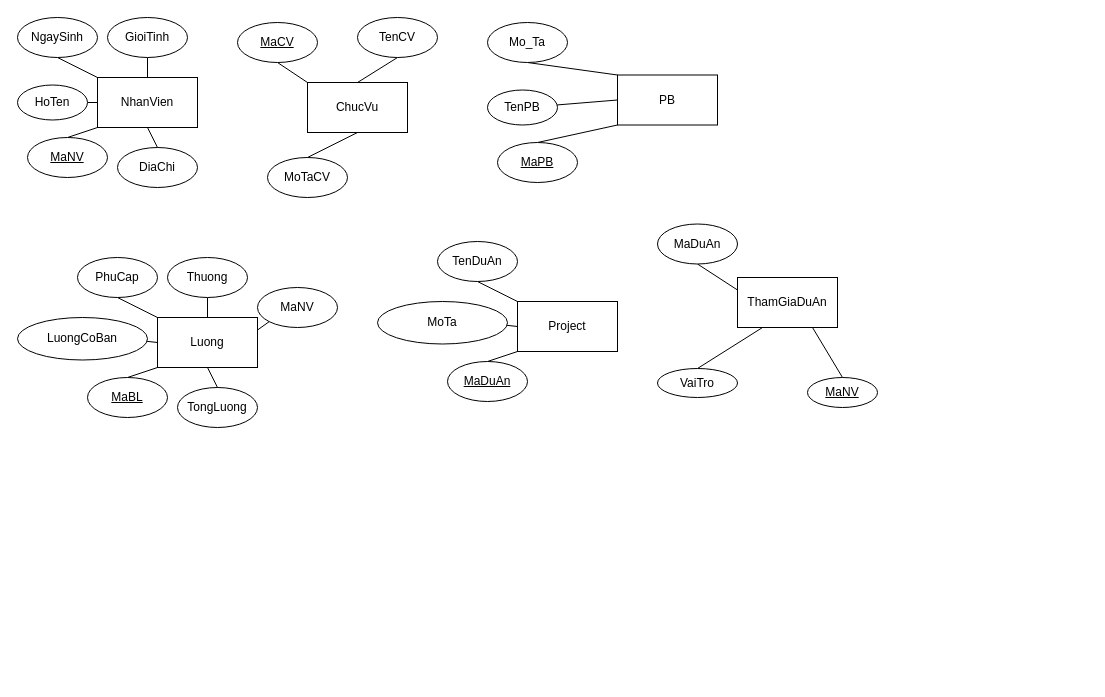
Before: page "Trang-1" (1 of 3) of BÀI TẬP THIẾT KẾ SƠ ĐỒ ER.drawio in hine16/hine16.github.io, a draw.io diagram. Source tidied: cells renumbered, new cells numbered last; positions are measured from the earlier drawing's top-left corner, leaving out a move shared by most shapes. Both pictures are drawn from the tidied source at 100%, with x=0, y=0 at pixel (17, 17).
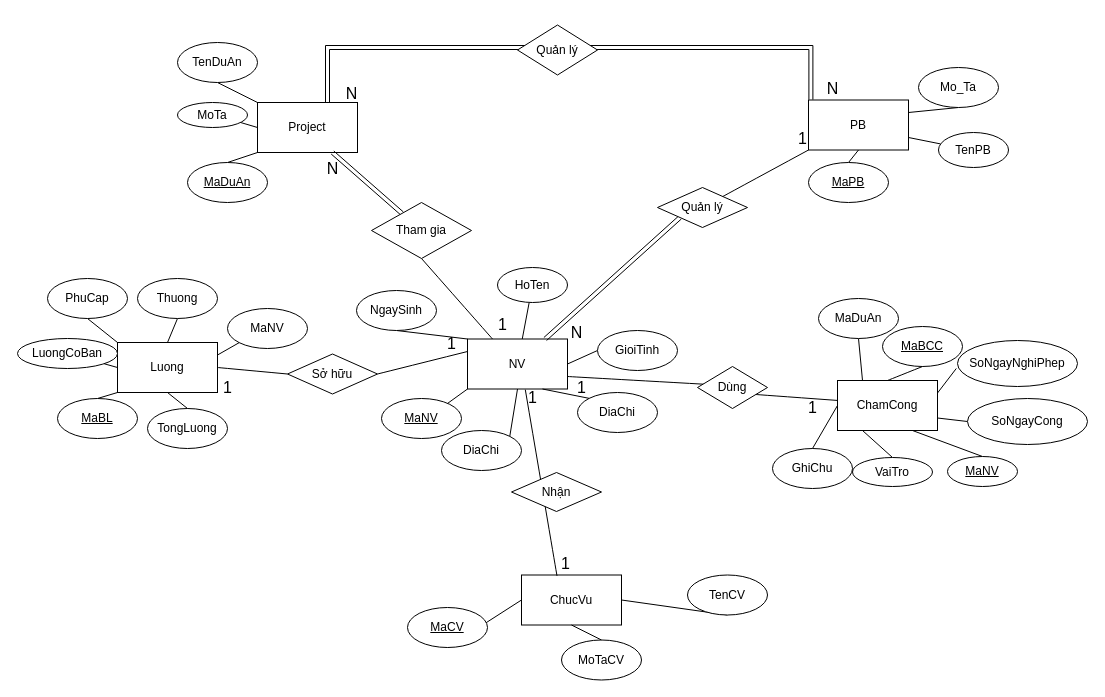
After the change.

Commit message:
Cập nhật BÀI TẬP THIẾT KẾ SƠ ĐỒ ER.drawio

Change to the diagram source:
```diff
@@
-    <mxCell id="2" value="NhanVien" style="rounded=0;whiteSpace=wrap;html=1;" parent="1" vertex="1">
-      <mxGeometry x="80" y="60" width="100" height="50" as="geometry" />
+    <mxCell id="2" value="NV" style="rounded=0;whiteSpace=wrap;html=1;" parent="1" vertex="1">
+      <mxGeometry x="450" y="321.5" width="100" height="50" as="geometry" />
     </mxCell>
-    <mxCell id="3" style="endArrow=none;html=1;rounded=0;entryX=0;entryY=1;entryDx=0;entryDy=0;exitX=0.5;exitY=0;exitDx=0;exitDy=0;" parent="1" edge="1" source="4" target="2">
+    <mxCell id="3" style="endArrow=none;html=1;rounded=0;entryX=0;entryY=1;entryDx=0;entryDy=0;exitX=0.803;exitY=0.156;exitDx=0;exitDy=0;exitPerimeter=0;" parent="1" edge="1" source="4" target="2">
       <mxGeometry relative="1" as="geometry" />
     </mxCell>
     <mxCell id="4" value="&lt;u&gt;MaNV&lt;/u&gt;" style="ellipse;whiteSpace=wrap;html=1;" parent="1" vertex="1">
-      <mxGeometry x="10" y="120" width="80" height="40" as="geometry" />
+      <mxGeometry x="364" y="381" width="80" height="40" as="geometry" />
     </mxCell>
-    <mxCell id="5" style="endArrow=none;html=1;rounded=0;exitX=0;exitY=0.5;exitDx=0;exitDy=0;" parent="1" edge="1" source="2" target="6">
+    <mxCell id="5" style="endArrow=none;html=1;rounded=0;" parent="1" edge="1" source="2" target="6">
       <mxGeometry relative="1" as="geometry" />
     </mxCell>
     <mxCell id="6" value="HoTen" style="ellipse;whiteSpace=wrap;html=1;" parent="1" vertex="1">
-      <mxGeometry y="67.5" width="70" height="35" as="geometry" />
+      <mxGeometry x="480" y="250" width="70" height="35" as="geometry" />
     </mxCell>
@@
     <mxCell id="8" value="NgaySinh" style="ellipse;whiteSpace=wrap;html=1;" parent="1" vertex="1">
-      <mxGeometry width="80" height="40" as="geometry" />
+      <mxGeometry x="339" y="273" width="80" height="40" as="geometry" />
     </mxCell>
-    <mxCell id="9" style="endArrow=none;html=1;rounded=0;exitX=0.5;exitY=0;exitDx=0;exitDy=0;entryX=0.5;entryY=1;entryDx=0;entryDy=0;" parent="1" edge="1" source="2" target="10">
+    <mxCell id="9" style="endArrow=none;html=1;rounded=0;exitX=1;exitY=0.5;exitDx=0;exitDy=0;entryX=0;entryY=0.5;entryDx=0;entryDy=0;" parent="1" edge="1" source="2" target="10">
       <mxGeometry relative="1" as="geometry" />
     </mxCell>
     <mxCell id="10" value="GioiTinh" style="ellipse;whiteSpace=wrap;html=1;" parent="1" vertex="1">
-      <mxGeometry x="90" width="80" height="40" as="geometry" />
+      <mxGeometry x="580" y="313" width="80" height="40" as="geometry" />
     </mxCell>
     <mxCell id="11" value="DiaChi" style="ellipse;whiteSpace=wrap;html=1;" parent="1" vertex="1">
-      <mxGeometry x="100" y="130" width="80" height="40" as="geometry" />
+      <mxGeometry x="424" y="413" width="80" height="40" as="geometry" />
     </mxCell>
-    <mxCell id="12" style="endArrow=none;html=1;rounded=0;entryX=0.5;entryY=1;entryDx=0;entryDy=0;exitX=0.5;exitY=0;exitDx=0;exitDy=0;" parent="1" edge="1" source="11" target="2">
+    <mxCell id="12" style="endArrow=none;html=1;rounded=0;entryX=0.5;entryY=1;entryDx=0;entryDy=0;exitX=1;exitY=0;exitDx=0;exitDy=0;" parent="1" edge="1" source="11" target="2">
       <mxGeometry relative="1" as="geometry" />
     </mxCell>
     <mxCell id="13" value="ChucVu" style="rounded=0;whiteSpace=wrap;html=1;" parent="1" vertex="1">
-      <mxGeometry x="290" y="65" width="100" height="50" as="geometry" />
+      <mxGeometry x="504" y="557.5" width="100" height="50" as="geometry" />
     </mxCell>
-    <mxCell id="14" style="endArrow=none;html=1;rounded=0;entryX=0;entryY=0;entryDx=0;entryDy=0;exitX=0.5;exitY=1;exitDx=0;exitDy=0;" parent="1" edge="1" source="15" target="13">
+    <mxCell id="14" style="endArrow=none;html=1;rounded=0;entryX=0;entryY=0.5;entryDx=0;entryDy=0;exitX=0.5;exitY=1;exitDx=0;exitDy=0;" parent="1" edge="1" source="15" target="13">
       <mxGeometry relative="1" as="geometry" />
     </mxCell>
     <mxCell id="15" value="&lt;u&gt;MaCV&lt;/u&gt;" style="ellipse;whiteSpace=wrap;html=1;" parent="1" vertex="1">
-      <mxGeometry x="220" y="5" width="80" height="40" as="geometry" />
+      <mxGeometry x="390" y="590" width="80" height="40" as="geometry" />
     </mxCell>
-    <mxCell id="16" style="endArrow=none;html=1;rounded=0;exitX=0.5;exitY=0;exitDx=0;exitDy=0;entryX=0.5;entryY=1;entryDx=0;entryDy=0;" parent="1" edge="1" source="13" target="17">
+    <mxCell id="16" style="endArrow=none;html=1;rounded=0;exitX=1;exitY=0.5;exitDx=0;exitDy=0;entryX=0.5;entryY=1;entryDx=0;entryDy=0;" parent="1" edge="1" source="13" target="17">
       <mxGeometry relative="1" as="geometry" />
     </mxCell>
     <mxCell id="17" value="TenCV" style="ellipse;whiteSpace=wrap;html=1;" parent="1" vertex="1">
-      <mxGeometry x="340" width="80" height="40" as="geometry" />
+      <mxGeometry x="670" y="557.5" width="80" height="40" as="geometry" />
     </mxCell>
     <mxCell id="18" value="PB" style="rounded=0;whiteSpace=wrap;html=1;" parent="1" vertex="1">
-      <mxGeometry x="600" y="57.5" width="100" height="50" as="geometry" />
+      <mxGeometry x="791" y="82.5" width="100" height="50" as="geometry" />
     </mxCell>
-    <mxCell id="19" style="endArrow=none;html=1;rounded=0;entryX=0;entryY=1;entryDx=0;entryDy=0;exitX=0.5;exitY=0;exitDx=0;exitDy=0;" parent="1" edge="1" source="20" target="18">
+    <mxCell id="19" style="endArrow=none;html=1;rounded=0;entryX=0.5;entryY=1;entryDx=0;entryDy=0;exitX=0.5;exitY=0;exitDx=0;exitDy=0;" parent="1" edge="1" source="20" target="18">
       <mxGeometry relative="1" as="geometry" />
     </mxCell>
     <mxCell id="20" value="&lt;u&gt;MaPB&lt;/u&gt;" style="ellipse;whiteSpace=wrap;html=1;" parent="1" vertex="1">
-      <mxGeometry x="480" y="125" width="80" height="40" as="geometry" />
+      <mxGeometry x="791" y="145" width="80" height="40" as="geometry" />
     </mxCell>
-    <mxCell id="21" style="endArrow=none;html=1;rounded=0;exitX=0;exitY=0.5;exitDx=0;exitDy=0;" parent="1" edge="1" source="18" target="22">
+    <mxCell id="21" style="endArrow=none;html=1;rounded=0;exitX=1;exitY=0.75;exitDx=0;exitDy=0;" parent="1" edge="1" source="18" target="22">
       <mxGeometry relative="1" as="geometry" />
     </mxCell>
     <mxCell id="22" value="TenPB" style="ellipse;whiteSpace=wrap;html=1;" parent="1" vertex="1">
-      <mxGeometry x="470" y="72.5" width="70" height="35" as="geometry" />
+      <mxGeometry x="921" y="115" width="70" height="35" as="geometry" />
     </mxCell>
-    <mxCell id="23" style="endArrow=none;html=1;rounded=0;entryX=0;entryY=0;entryDx=0;entryDy=0;exitX=0.5;exitY=1;exitDx=0;exitDy=0;" parent="1" edge="1" source="24" target="18">
+    <mxCell id="23" style="endArrow=none;html=1;rounded=0;entryX=1;entryY=0.25;entryDx=0;entryDy=0;exitX=0.5;exitY=1;exitDx=0;exitDy=0;" parent="1" edge="1" source="24" target="18">
       <mxGeometry relative="1" as="geometry" />
     </mxCell>
     <mxCell id="24" value="Mo_Ta" style="ellipse;whiteSpace=wrap;html=1;" parent="1" vertex="1">
-      <mxGeometry x="470" y="5" width="80" height="40" as="geometry" />
+      <mxGeometry x="901" y="50" width="80" height="40" as="geometry" />
     </mxCell>
     <mxCell id="25" value="MoTaCV" style="ellipse;whiteSpace=wrap;html=1;" parent="1" vertex="1">
-      <mxGeometry x="250" y="140" width="80" height="40" as="geometry" />
+      <mxGeometry x="544" y="622.5" width="80" height="40" as="geometry" />
     </mxCell>
@@
     <mxCell id="27" value="Luong" style="rounded=0;whiteSpace=wrap;html=1;" parent="1" vertex="1">
-      <mxGeometry x="140" y="300" width="100" height="50" as="geometry" />
+      <mxGeometry x="100" y="325" width="100" height="50" as="geometry" />
     </mxCell>
@@
     <mxCell id="29" value="&lt;u&gt;MaBL&lt;/u&gt;" style="ellipse;whiteSpace=wrap;html=1;" parent="1" vertex="1">
-      <mxGeometry x="70" y="360" width="80" height="40" as="geometry" />
+      <mxGeometry x="40" y="381" width="80" height="40" as="geometry" />
     </mxCell>
@@
     <mxCell id="31" value="LuongCoBan" style="ellipse;whiteSpace=wrap;html=1;" parent="1" vertex="1">
-      <mxGeometry y="300" width="130" height="42.5" as="geometry" />
+      <mxGeometry y="321" width="100" height="30" as="geometry" />
     </mxCell>
@@
     <mxCell id="33" value="PhuCap" style="ellipse;whiteSpace=wrap;html=1;" parent="1" vertex="1">
-      <mxGeometry x="60" y="240" width="80" height="40" as="geometry" />
+      <mxGeometry x="30" y="261" width="80" height="40" as="geometry" />
     </mxCell>
@@
     <mxCell id="35" value="Thuong" style="ellipse;whiteSpace=wrap;html=1;" parent="1" vertex="1">
-      <mxGeometry x="150" y="240" width="80" height="40" as="geometry" />
+      <mxGeometry x="120" y="261" width="80" height="40" as="geometry" />
     </mxCell>
     <mxCell id="36" value="TongLuong" style="ellipse;whiteSpace=wrap;html=1;" parent="1" vertex="1">
-      <mxGeometry x="160" y="370" width="80" height="40" as="geometry" />
+      <mxGeometry x="130" y="391" width="80" height="40" as="geometry" />
     </mxCell>
@@
     <mxCell id="38" value="MaNV" style="ellipse;whiteSpace=wrap;html=1;" parent="1" vertex="1">
-      <mxGeometry x="240" y="270" width="80" height="40" as="geometry" />
+      <mxGeometry x="210" y="291" width="80" height="40" as="geometry" />
     </mxCell>
@@
     <mxCell id="40" value="Project" style="rounded=0;whiteSpace=wrap;html=1;" parent="1" vertex="1">
-      <mxGeometry x="500" y="284" width="100" height="50" as="geometry" />
+      <mxGeometry x="240" y="85" width="100" height="50" as="geometry" />
     </mxCell>
@@
     <mxCell id="42" value="&lt;u&gt;MaDuAn&lt;/u&gt;" style="ellipse;whiteSpace=wrap;html=1;" parent="1" vertex="1">
-      <mxGeometry x="430" y="344" width="80" height="40" as="geometry" />
+      <mxGeometry x="170" y="145" width="80" height="40" as="geometry" />
     </mxCell>
@@
     <mxCell id="44" value="MoTa" style="ellipse;whiteSpace=wrap;html=1;" parent="1" vertex="1">
-      <mxGeometry x="360" y="284" width="130" height="42.5" as="geometry" />
+      <mxGeometry x="160" y="85" width="70" height="25" as="geometry" />
     </mxCell>
@@
     <mxCell id="46" value="TenDuAn" style="ellipse;whiteSpace=wrap;html=1;" parent="1" vertex="1">
-      <mxGeometry x="420" y="224" width="80" height="40" as="geometry" />
+      <mxGeometry x="160" y="25" width="80" height="40" as="geometry" />
     </mxCell>
-    <mxCell id="47" value="ThamGiaDuAn" style="rounded=0;whiteSpace=wrap;html=1;" parent="1" vertex="1">
-      <mxGeometry x="720" y="260" width="100" height="50" as="geometry" />
+    <mxCell id="47" value="ChamCong" style="rounded=0;whiteSpace=wrap;html=1;" parent="1" vertex="1">
+      <mxGeometry x="820" y="363" width="100" height="50" as="geometry" />
     </mxCell>
@@
-    <mxCell id="50" style="endArrow=none;html=1;rounded=0;entryX=0;entryY=0.25;entryDx=0;entryDy=0;exitX=0.5;exitY=1;exitDx=0;exitDy=0;" parent="1" edge="1" source="51" target="47">
+    <mxCell id="50" style="endArrow=none;html=1;rounded=0;entryX=0.25;entryY=0;entryDx=0;entryDy=0;exitX=0.5;exitY=1;exitDx=0;exitDy=0;" parent="1" edge="1" source="51" target="47">
       <mxGeometry relative="1" as="geometry" />
     </mxCell>
     <mxCell id="51" value="MaDuAn" style="ellipse;whiteSpace=wrap;html=1;" parent="1" vertex="1">
-      <mxGeometry x="640" y="206.5" width="80" height="40" as="geometry" />
+      <mxGeometry x="801" y="281" width="80" height="40" as="geometry" />
     </mxCell>
     <mxCell id="52" value="VaiTro" style="ellipse;whiteSpace=wrap;html=1;" parent="1" vertex="1">
-      <mxGeometry x="640" y="351" width="80" height="29" as="geometry" />
+      <mxGeometry x="835" y="440" width="80" height="29" as="geometry" />
     </mxCell>
     <mxCell id="53" value="&lt;u&gt;MaNV&lt;/u&gt;" style="ellipse;whiteSpace=wrap;html=1;" parent="1" vertex="1">
-      <mxGeometry x="790" y="360" width="70" height="30" as="geometry" />
+      <mxGeometry x="930" y="439" width="70" height="30" as="geometry" />
     </mxCell>
+    <mxCell id="54" value="DiaChi" style="ellipse;whiteSpace=wrap;html=1;" parent="1" vertex="1">
+      <mxGeometry x="560" y="375" width="80" height="40" as="geometry" />
+    </mxCell>
+    <mxCell id="55" style="endArrow=none;html=1;rounded=0;entryX=0.75;entryY=1;entryDx=0;entryDy=0;exitX=0;exitY=0;exitDx=0;exitDy=0;" parent="1" edge="1" source="54" target="2">
+      <mxGeometry relative="1" as="geometry" />
+    </mxCell>
+    <mxCell id="56" value="&lt;u&gt;MaBCC&lt;/u&gt;" style="ellipse;whiteSpace=wrap;html=1;" parent="1" vertex="1">
+      <mxGeometry x="865" y="309" width="80" height="40" as="geometry" />
+    </mxCell>
+    <mxCell id="57" style="endArrow=none;html=1;rounded=0;fontSize=12;startSize=8;endSize=8;curved=1;exitX=0.5;exitY=0;exitDx=0;exitDy=0;entryX=0.5;entryY=1;entryDx=0;entryDy=0;" parent="1" edge="1" source="47" target="56">
+      <mxGeometry relative="1" as="geometry" />
+    </mxCell>
+    <mxCell id="58" style="endArrow=none;html=1;rounded=0;exitX=1;exitY=0.75;exitDx=0;exitDy=0;entryX=0;entryY=0.5;entryDx=0;entryDy=0;" parent="1" edge="1" source="47" target="59">
+      <mxGeometry relative="1" as="geometry" />
+    </mxCell>
+    <mxCell id="59" value="SoNgayCong" style="ellipse;whiteSpace=wrap;html=1;" parent="1" vertex="1">
+      <mxGeometry x="950" y="381" width="120" height="46" as="geometry" />
+    </mxCell>
+    <mxCell id="60" value="SoNgayNghiPhep" style="ellipse;whiteSpace=wrap;html=1;" parent="1" vertex="1">
+      <mxGeometry x="940" y="323" width="120" height="46" as="geometry" />
+    </mxCell>
+    <mxCell id="61" style="endArrow=none;html=1;rounded=0;exitX=1;exitY=0.25;exitDx=0;exitDy=0;entryX=-0.01;entryY=0.608;entryDx=0;entryDy=0;entryPerimeter=0;" parent="1" edge="1" source="47" target="60">
+      <mxGeometry relative="1" as="geometry" />
+    </mxCell>
+    <mxCell id="62" value="GhiChu" style="ellipse;whiteSpace=wrap;html=1;" parent="1" vertex="1">
+      <mxGeometry x="755" y="431" width="80" height="40" as="geometry" />
+    </mxCell>
+    <mxCell id="63" style="endArrow=none;html=1;rounded=0;entryX=0;entryY=0.5;entryDx=0;entryDy=0;exitX=0.5;exitY=0;exitDx=0;exitDy=0;" parent="1" edge="1" source="62" target="47">
+      <mxGeometry relative="1" as="geometry" />
+    </mxCell>
+    <mxCell id="64" style="endArrow=none;html=1;rounded=0;fontSize=12;curved=1;entryX=0.75;entryY=1;entryDx=0;entryDy=0;shape=link;" parent="1" edge="1" source="66" target="40">
+      <mxGeometry relative="1" as="geometry" />
+    </mxCell>
+    <mxCell id="65" style="endArrow=none;html=1;rounded=0;fontSize=12;startSize=8;endSize=8;curved=1;entryX=0.5;entryY=1;entryDx=0;entryDy=0;exitX=0.25;exitY=0;exitDx=0;exitDy=0;" parent="1" edge="1" source="2" target="66">
+      <mxGeometry relative="1" as="geometry" />
+    </mxCell>
+    <mxCell id="66" value="Tham gia" style="rhombus;whiteSpace=wrap;html=1;" parent="1" vertex="1">
+      <mxGeometry x="354" y="185" width="100" height="56" as="geometry" />
+    </mxCell>
+    <mxCell id="67" value="1" style="text;html=1;align=center;verticalAlign=middle;strokeColor=none;fillColor=none;fontSize=16;" parent="1" vertex="1">
+      <mxGeometry x="470" y="291.5" width="30" height="30" as="geometry" />
+    </mxCell>
+    <mxCell id="68" value="N" style="text;html=1;align=center;verticalAlign=middle;strokeColor=none;fillColor=none;fontSize=16;" parent="1" vertex="1">
+      <mxGeometry x="295" y="136" width="40" height="30" as="geometry" />
+    </mxCell>
+    <mxCell id="69" style="endArrow=none;html=1;rounded=0;fontSize=12;startSize=8;endSize=8;curved=1;entryX=0;entryY=1;entryDx=0;entryDy=0;" parent="1" edge="1" source="71" target="18">
+      <mxGeometry relative="1" as="geometry" />
+    </mxCell>
+    <mxCell id="70" style="endArrow=none;html=1;rounded=0;fontSize=12;curved=1;entryX=0;entryY=1;entryDx=0;entryDy=0;shape=link;" parent="1" edge="1" source="2" target="71">
+      <mxGeometry relative="1" as="geometry" />
+    </mxCell>
+    <mxCell id="71" value="Quản lý" style="rhombus;whiteSpace=wrap;html=1;" parent="1" vertex="1">
+      <mxGeometry x="640" y="170" width="90" height="40" as="geometry" />
+    </mxCell>
+    <mxCell id="72" value="1" style="text;html=1;align=center;verticalAlign=middle;strokeColor=none;fillColor=none;fontSize=16;" parent="1" vertex="1">
+      <mxGeometry x="770" y="106" width="30" height="30" as="geometry" />
+    </mxCell>
+    <mxCell id="73" value="N" style="text;html=1;align=center;verticalAlign=middle;strokeColor=none;fillColor=none;fontSize=16;" parent="1" vertex="1">
+      <mxGeometry x="539" y="300" width="40" height="30" as="geometry" />
+    </mxCell>
+    <mxCell id="74" style="endArrow=none;html=1;rounded=0;fontSize=12;startSize=8;endSize=8;curved=1;exitX=1;exitY=0.75;exitDx=0;exitDy=0;entryX=-0.005;entryY=0.398;entryDx=0;entryDy=0;entryPerimeter=0;" parent="1" edge="1" source="76" target="47">
+      <mxGeometry relative="1" as="geometry" />
+    </mxCell>
+    <mxCell id="75" style="endArrow=none;html=1;rounded=0;fontSize=12;startSize=8;endSize=8;curved=1;exitX=1;exitY=0.75;exitDx=0;exitDy=0;entryX=0.128;entryY=0.425;entryDx=0;entryDy=0;entryPerimeter=0;" parent="1" edge="1" source="2" target="76">
+      <mxGeometry relative="1" as="geometry" />
+    </mxCell>
+    <mxCell id="76" value="Dùng" style="rhombus;whiteSpace=wrap;html=1;" parent="1" vertex="1">
+      <mxGeometry x="680" y="349" width="70" height="42" as="geometry" />
+    </mxCell>
+    <mxCell id="77" value="1" style="text;html=1;align=center;verticalAlign=middle;strokeColor=none;fillColor=none;fontSize=16;" parent="1" vertex="1">
+      <mxGeometry x="549" y="355" width="30" height="30" as="geometry" />
+    </mxCell>
+    <mxCell id="78" value="1" style="text;html=1;align=center;verticalAlign=middle;strokeColor=none;fillColor=none;fontSize=16;" parent="1" vertex="1">
+      <mxGeometry x="780" y="375" width="30" height="30" as="geometry" />
+    </mxCell>
+    <mxCell id="79" style="endArrow=none;html=1;rounded=0;fontSize=12;startSize=8;endSize=8;curved=1;exitX=1;exitY=0.5;exitDx=0;exitDy=0;entryX=0;entryY=0.25;entryDx=0;entryDy=0;" parent="1" edge="1" source="81" target="2">
+      <mxGeometry relative="1" as="geometry" />
+    </mxCell>
+    <mxCell id="80" style="endArrow=none;html=1;rounded=0;fontSize=12;startSize=8;endSize=8;curved=1;exitX=1;exitY=0.5;exitDx=0;exitDy=0;entryX=0;entryY=0.5;entryDx=0;entryDy=0;" parent="1" edge="1" source="27" target="81">
+      <mxGeometry relative="1" as="geometry" />
+    </mxCell>
+    <mxCell id="81" value="Sở hữu" style="rhombus;whiteSpace=wrap;html=1;" parent="1" vertex="1">
+      <mxGeometry x="270" y="336.5" width="90" height="40" as="geometry" />
+    </mxCell>
+    <mxCell id="82" value="1" style="text;html=1;align=center;verticalAlign=middle;strokeColor=none;fillColor=none;fontSize=16;" parent="1" vertex="1">
+      <mxGeometry x="419" y="311" width="30" height="30" as="geometry" />
+    </mxCell>
+    <mxCell id="83" value="1" style="text;html=1;align=center;verticalAlign=middle;strokeColor=none;fillColor=none;fontSize=16;" parent="1" vertex="1">
+      <mxGeometry x="195" y="355" width="30" height="30" as="geometry" />
+    </mxCell>
+    <mxCell id="84" style="endArrow=none;html=1;rounded=0;fontSize=12;startSize=8;endSize=8;curved=1;exitX=0.355;exitY=0.018;exitDx=0;exitDy=0;exitPerimeter=0;entryX=0.578;entryY=1.013;entryDx=0;entryDy=0;entryPerimeter=0;" parent="1" edge="1" source="13" target="2">
+      <mxGeometry relative="1" as="geometry" />
+    </mxCell>
+    <mxCell id="85" value="Nhận" style="rhombus;whiteSpace=wrap;html=1;" parent="1" vertex="1">
+      <mxGeometry x="494" y="455" width="90" height="39" as="geometry" />
+    </mxCell>
+    <mxCell id="86" value="1" style="text;html=1;align=center;verticalAlign=middle;strokeColor=none;fillColor=none;fontSize=16;" parent="1" vertex="1">
+      <mxGeometry x="500" y="365" width="30" height="30" as="geometry" />
+    </mxCell>
+    <mxCell id="87" value="1" style="text;html=1;align=center;verticalAlign=middle;strokeColor=none;fillColor=none;fontSize=16;" parent="1" vertex="1">
+      <mxGeometry x="533" y="531" width="30" height="30" as="geometry" />
+    </mxCell>
+    <mxCell id="88" style="endArrow=none;html=1;rounded=0;fontSize=12;entryX=0.024;entryY=-0.008;entryDx=0;entryDy=0;edgeStyle=orthogonalEdgeStyle;shape=link;entryPerimeter=0;" parent="1" edge="1" target="18">
+      <mxGeometry relative="1" as="geometry">
+        <mxPoint x="310" y="85" as="sourcePoint" />
+        <Array as="points">
+          <mxPoint x="310" y="85" />
+          <mxPoint x="310" y="30" />
+          <mxPoint x="602" y="30" />
+        </Array>
+      </mxGeometry>
+    </mxCell>
+    <mxCell id="89" value="Quản lý" style="rhombus;whiteSpace=wrap;html=1;" parent="1" vertex="1">
+      <mxGeometry x="500" y="7.5" width="80" height="50" as="geometry" />
+    </mxCell>
+    <mxCell id="90" value="N" style="text;html=1;align=center;verticalAlign=middle;strokeColor=none;fillColor=none;fontSize=16;" parent="1" vertex="1">
+      <mxGeometry x="314" y="61" width="40" height="30" as="geometry" />
+    </mxCell>
+    <mxCell id="91" value="N" style="text;html=1;align=center;verticalAlign=middle;strokeColor=none;fillColor=none;fontSize=16;" parent="1" vertex="1">
+      <mxGeometry x="795" y="56" width="40" height="30" as="geometry" />
+    </mxCell>
+    <mxCell id="92" style="edgeStyle=none;curved=1;rounded=0;orthogonalLoop=1;jettySize=auto;html=1;exitX=1;exitY=1;exitDx=0;exitDy=0;fontSize=12;startSize=8;endSize=8;" parent="1" edge="1" source="62" target="62">
+      <mxGeometry relative="1" as="geometry" />
+    </mxCell>
```
